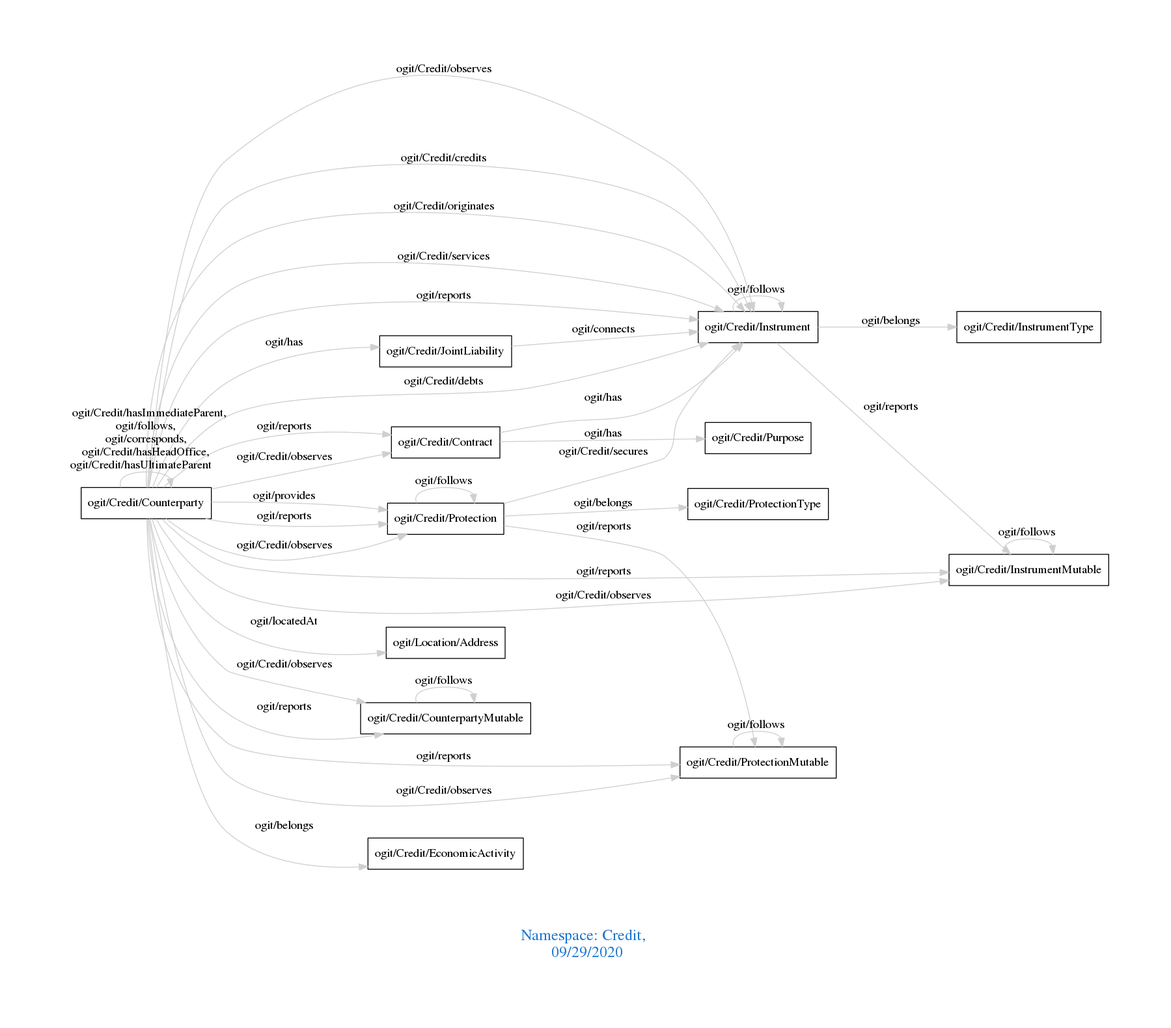
This is downloads/Credit.png from arago/OGIT, a Graphviz export, as it was before one commit. Its source is kept beside it as downloads/Credit.dot.
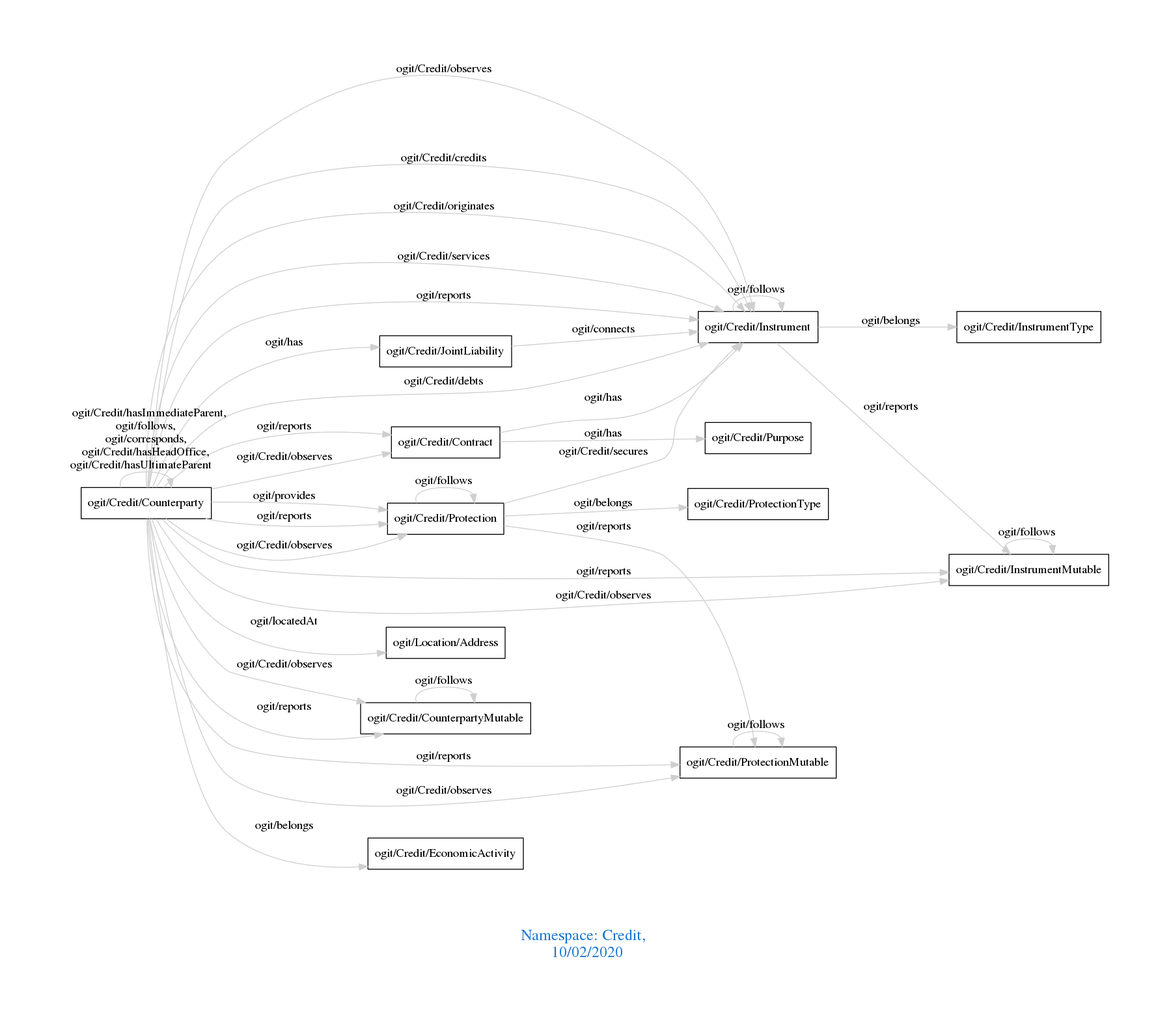
Above is the later version.

Change to the diagram source:
```diff
@@ -1,7 +1,7 @@
 digraph OGIT_ontology {
  graph [ rankdir= LR,pad=1
 fontsize = 18,
-fontcolor= dodgerblue3,label = "\n\n\nNamespace: Credit, \n 09/29/2020"];
+fontcolor= dodgerblue3,label = "\n\n\nNamespace: Credit, \n 10/02/2020"];
 node[shape=polygon];
 edge [  color="gray81"];
 
```
